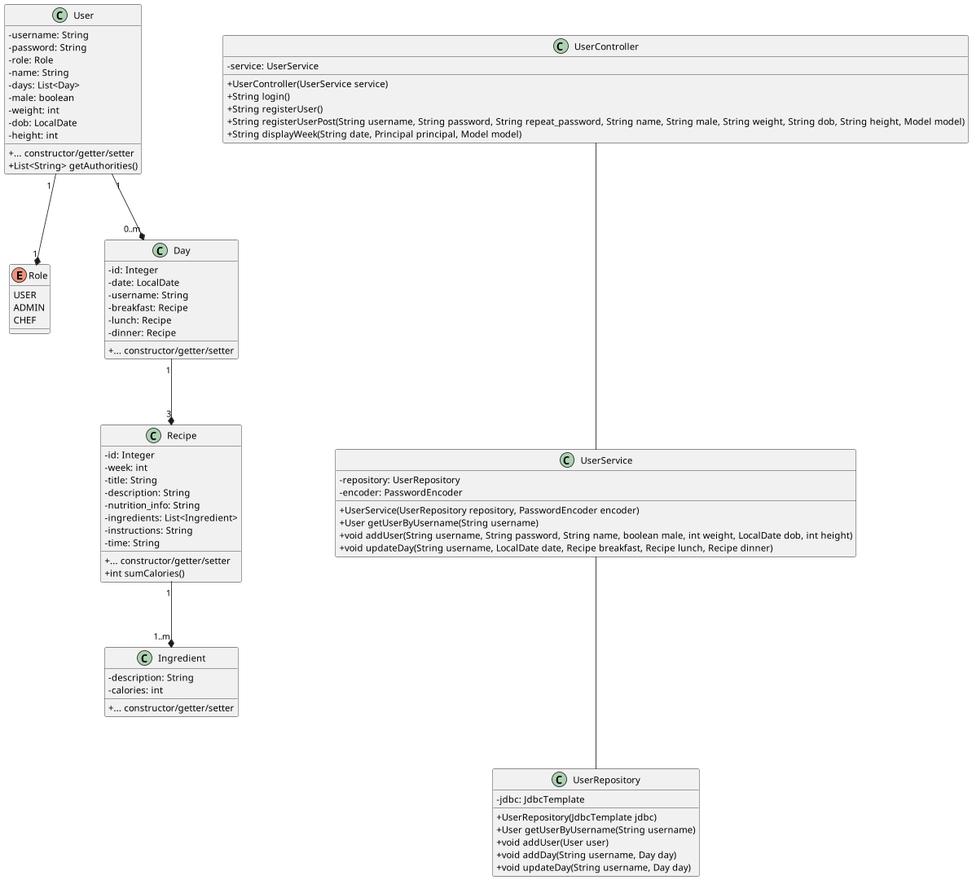
Above: diagram/class-diagram.png in sofush/kostplan (PlantUML), before the change.
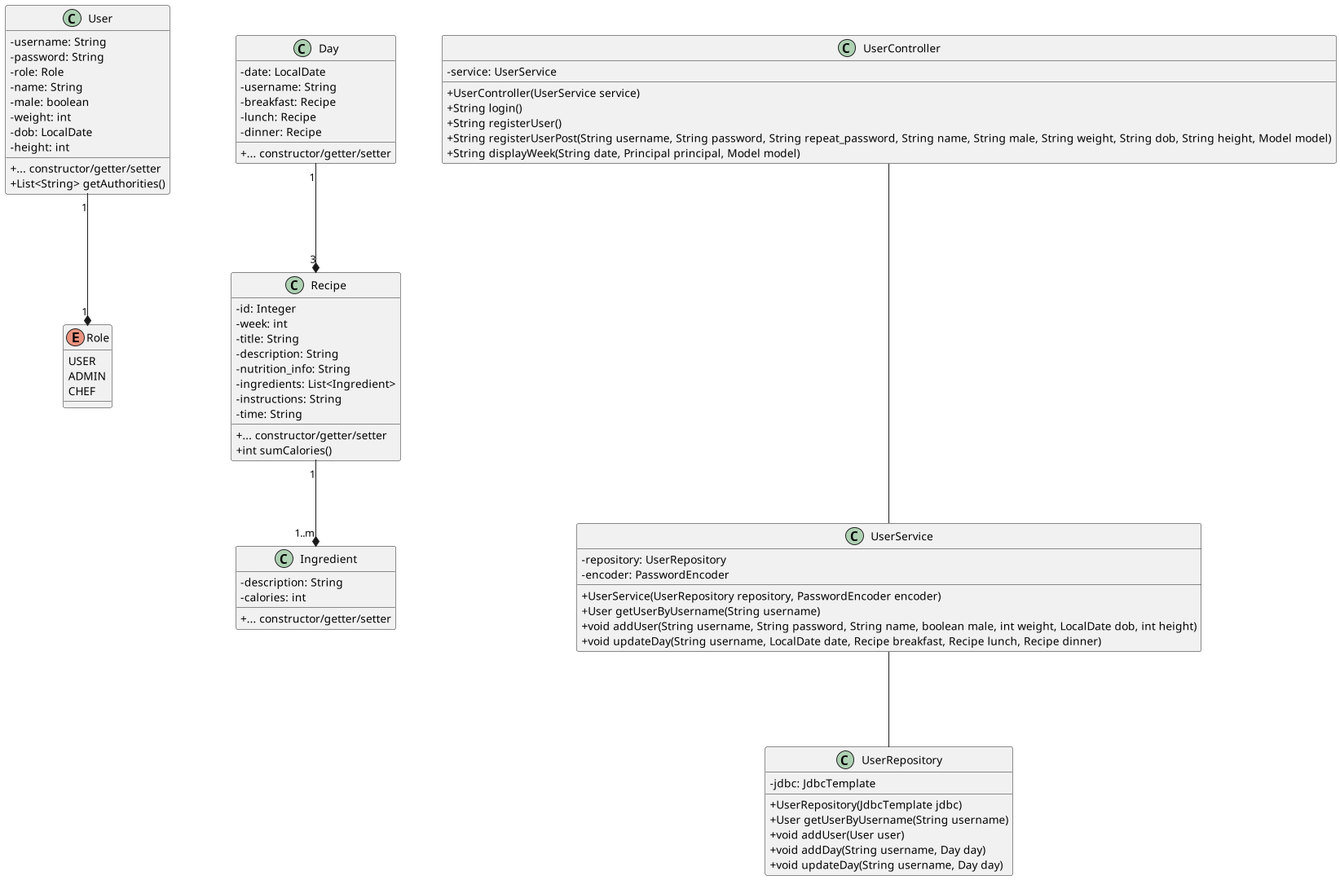
After the commit.

Commit message:
docs: remove list of days from User

Change to the diagram source:
```diff
@@ -11,7 +11,6 @@
 	- password: String
 	- role: Role
 	- name: String
-	- days: List<Day>
 	- male: boolean
 	- weight: int
 	- dob: LocalDate
@@ -20,7 +19,6 @@
 	+ List<String> getAuthorities()
 }
 class Day {
-	- id: Integer
 	- date: LocalDate
 	- username: String
 	- breakfast: Recipe
@@ -73,7 +71,6 @@
 UserController --- UserService
 UserService --- UserRepository
 User "1" --* "1" Role
-User "1" --* "0..m" Day
 Day "1" --* "3" Recipe
 Recipe "1" --* "1..m" Ingredient
 @enduml
```
